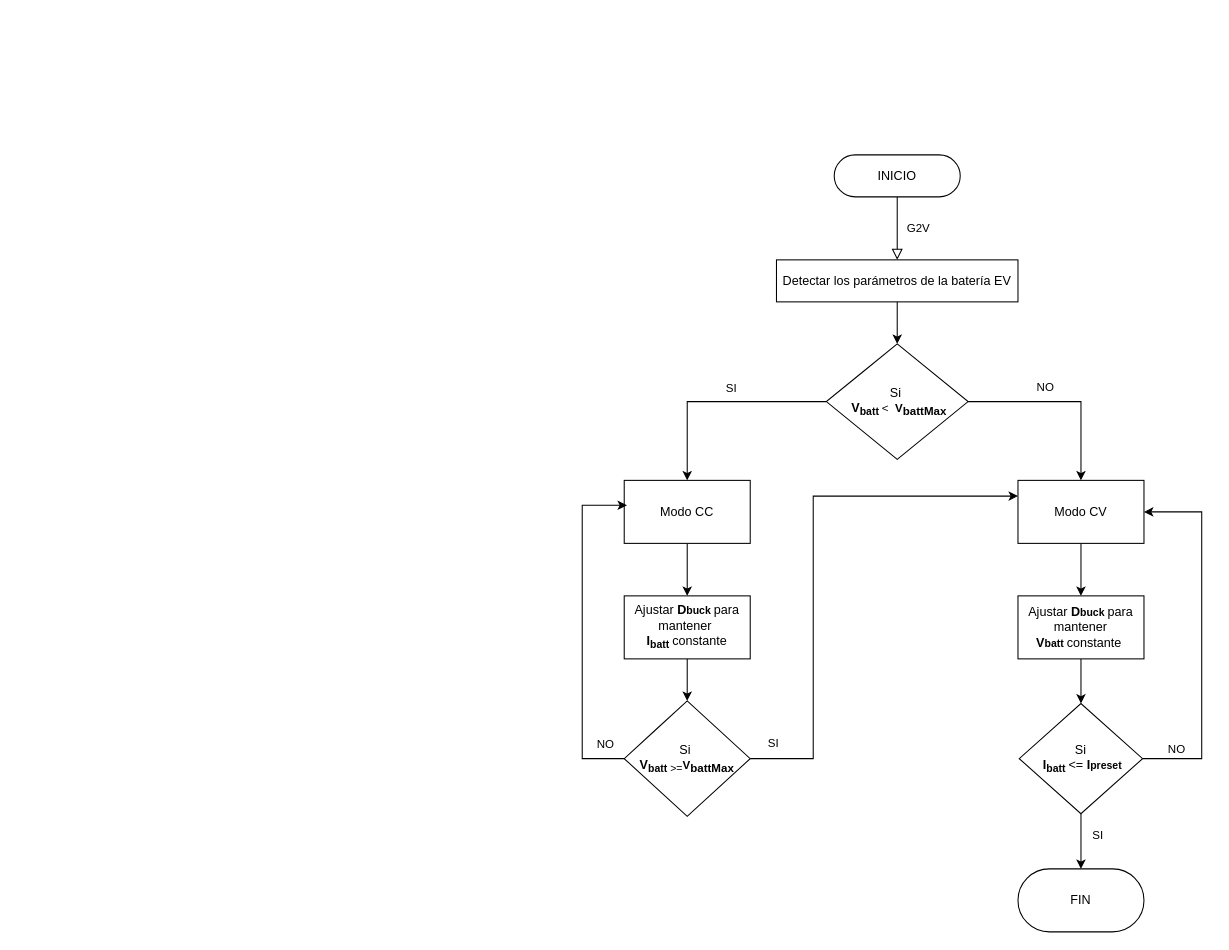
Above: PIBasicDiagram.drawio in juanRpy/PI (draw.io), before the change. Source tidied: cells renumbered, new cells numbered last; positions are measured from the earlier drawing's top-left corner, leaving out a move shared by most shapes. Both pictures are drawn from the tidied source at 105%, with x=0, y=0 at pixel (582, 154).
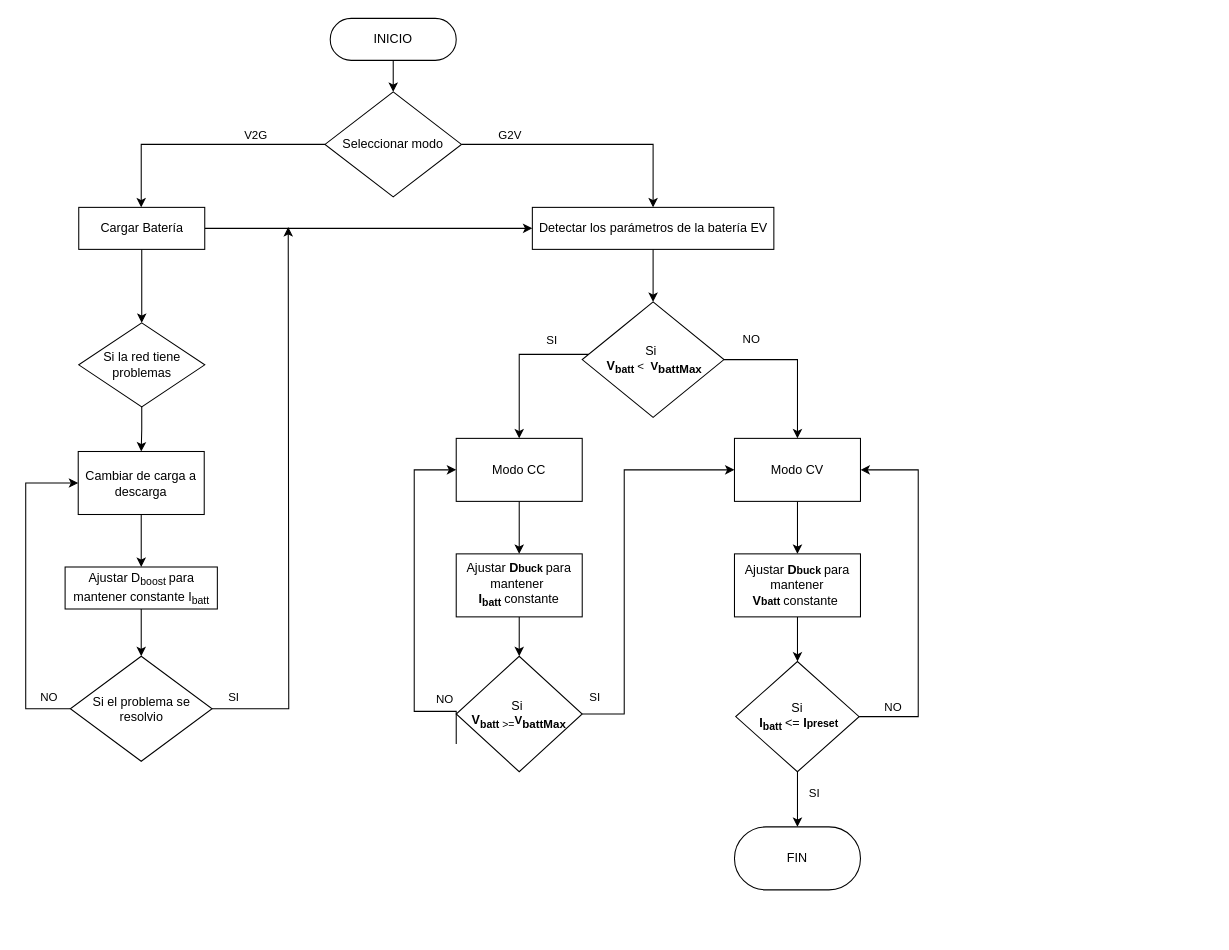
Above is the later version.

The change refers to these unchanged cells:
```xml
<mxCell id="6" style="edgeStyle=orthogonalEdgeStyle;rounded=0;jettySize=auto;html=1;" parent="1" edge="1" source="10" target="12">
  <mxGeometry relative="1" as="geometry" />
</mxCell>
```

What changed in the source:
```diff
@@
+    <mxCell id="30" style="edgeStyle=orthogonalEdgeStyle;rounded=0;jettySize=auto;html=1;" parent="1" edge="1" source="2" target="34">
+      <mxGeometry relative="1" as="geometry" />
+    </mxCell>
     <mxCell id="2" value="INICIO" style="rounded=1;whiteSpace=wrap;html=1;fontSize=12;glass=0;strokeWidth=1;shadow=0;arcSize=50;" parent="1" vertex="1">
-      <mxGeometry x="240" width="120" height="40" as="geometry" />
+      <mxGeometry x="-240" y="-130" width="120" height="40" as="geometry" />
     </mxCell>
-    <mxCell id="3" value="G2V" style="edgeStyle=orthogonalEdgeStyle;rounded=0;html=1;jettySize=auto;fontSize=11;endArrow=block;endFill=0;endSize=8;strokeWidth=1;shadow=0;labelBackgroundColor=none;entryX=0.5;entryY=0;entryDx=0;entryDy=0;" parent="1" edge="1" source="2" target="5">
-      <mxGeometry y="20" relative="1" as="geometry">
-        <Array as="points">
-          <mxPoint x="300" y="70" />
-          <mxPoint x="300" y="70" />
-        </Array>
-      </mxGeometry>
-    </mxCell>
@@
     <mxCell id="5" value="Detectar los parámetros de la batería EV" style="rounded=1;whiteSpace=wrap;html=1;fontSize=12;glass=0;strokeWidth=1;shadow=0;arcSize=0;" parent="1" vertex="1">
-      <mxGeometry x="185" y="100" width="230" height="40" as="geometry" />
+      <mxGeometry x="-47.5" y="50" width="230" height="40" as="geometry" />
     </mxCell>
@@
     <mxCell id="7" value="NO" style="edgeLabel;html=1;align=center;verticalAlign=middle;" parent="6" vertex="1">
       <mxGeometry x="-0.2" y="2" relative="1" as="geometry">
-        <mxPoint y="-13" as="offset" />
+        <mxPoint x="-33" y="-18" as="offset" />
       </mxGeometry>
     </mxCell>
     <mxCell id="8" style="edgeStyle=orthogonalEdgeStyle;rounded=0;jettySize=auto;html=1;" parent="1" edge="1" source="10" target="14">
-      <mxGeometry relative="1" as="geometry" />
+      <mxGeometry relative="1" as="geometry">
+        <Array as="points">
+          <mxPoint x="-60" y="190" />
+        </Array>
+      </mxGeometry>
     </mxCell>
     <mxCell id="9" value="SI" style="edgeLabel;html=1;align=center;verticalAlign=middle;" parent="8" vertex="1">
       <mxGeometry x="-0.12" y="1" relative="1" as="geometry">
-        <mxPoint y="-15" as="offset" />
+        <mxPoint x="28" y="-15" as="offset" />
       </mxGeometry>
     </mxCell>
     <mxCell id="10" value="Si&amp;nbsp;&lt;div&gt;&lt;font style=&quot;font-size: 11px;&quot;&gt;&amp;nbsp;&lt;/font&gt;&lt;span style=&quot;background-color: initial;&quot;&gt;&lt;b&gt;V&lt;/b&gt;&lt;/span&gt;&lt;sub style=&quot;background-color: initial;&quot;&gt;&lt;b&gt;batt&lt;/b&gt;&amp;nbsp;&lt;/sub&gt;&lt;span style=&quot;background-color: initial; font-size: 11px;&quot;&gt;&amp;lt;&amp;nbsp; &lt;b&gt;V&lt;/b&gt;&lt;/span&gt;&lt;sub style=&quot;background-color: initial; font-size: 11px;&quot;&gt;&lt;b&gt;battMax&lt;/b&gt;&lt;/sub&gt;&lt;/div&gt;" style="rhombus;whiteSpace=wrap;html=1;rounded=1;glass=0;strokeWidth=1;shadow=0;arcSize=0;" parent="1" vertex="1">
-      <mxGeometry x="232.5" y="180" width="135" height="110" as="geometry" />
+      <mxGeometry y="140" width="135" height="110" as="geometry" />
     </mxCell>
@@
     <mxCell id="12" value="Modo CV" style="whiteSpace=wrap;html=1;rounded=1;glass=0;strokeWidth=1;shadow=0;arcSize=0;" parent="1" vertex="1">
-      <mxGeometry x="415" y="310" width="120" height="60" as="geometry" />
+      <mxGeometry x="145" y="270" width="120" height="60" as="geometry" />
     </mxCell>
@@
     <mxCell id="14" value="Modo CC" style="whiteSpace=wrap;html=1;rounded=1;glass=0;strokeWidth=1;shadow=0;arcSize=0;" parent="1" vertex="1">
-      <mxGeometry x="40" y="310" width="120" height="60" as="geometry" />
+      <mxGeometry x="-120" y="270" width="120" height="60" as="geometry" />
     </mxCell>
@@
     <mxCell id="16" value="Ajustar &lt;b&gt;D&lt;/b&gt;&lt;span style=&quot;font-size: 10px;&quot;&gt;&lt;b&gt;buck&lt;/b&gt;&amp;nbsp;&lt;/span&gt;para mantener &lt;b&gt;V&lt;/b&gt;&lt;span style=&quot;font-size: 10px;&quot;&gt;&lt;b&gt;batt&lt;/b&gt;&amp;nbsp;&lt;/span&gt;constante&amp;nbsp;" style="whiteSpace=wrap;html=1;rounded=1;glass=0;strokeWidth=1;shadow=0;arcSize=0;" parent="1" vertex="1">
-      <mxGeometry x="415" y="420" width="120" height="60" as="geometry" />
+      <mxGeometry x="145" y="380" width="120" height="60" as="geometry" />
     </mxCell>
@@
     <mxCell id="19" style="edgeStyle=orthogonalEdgeStyle;rounded=0;jettySize=auto;html=1;entryX=1;entryY=0.5;entryDx=0;entryDy=0;exitX=1;exitY=0.5;exitDx=0;exitDy=0;" parent="1" edge="1" source="21" target="12">
       <mxGeometry relative="1" as="geometry">
         <Array as="points">
-          <mxPoint x="590" y="575" />
-          <mxPoint x="590" y="340" />
+          <mxPoint x="320" y="535" />
+          <mxPoint x="320" y="300" />
         </Array>
       </mxGeometry>
     </mxCell>
@@
     <mxCell id="21" value="Si&lt;div&gt;&amp;nbsp;&lt;span style=&quot;background-color: initial;&quot;&gt;&lt;b&gt;I&lt;/b&gt;&lt;/span&gt;&lt;sub style=&quot;background-color: initial;&quot;&gt;&lt;b&gt;batt&lt;/b&gt;&amp;nbsp;&lt;/sub&gt;&lt;span style=&quot;background-color: initial;&quot;&gt;&amp;lt;=&amp;nbsp;&lt;/span&gt;&lt;span style=&quot;background-color: initial;&quot;&gt;&lt;b&gt;I&lt;span style=&quot;font-size: 10px;&quot;&gt;preset&lt;/span&gt;&lt;/b&gt;&lt;/span&gt;&lt;/div&gt;" style="rhombus;whiteSpace=wrap;html=1;rounded=1;glass=0;strokeWidth=1;shadow=0;arcSize=0;" parent="1" vertex="1">
-      <mxGeometry x="416.2" y="522.5" width="117.5" height="105" as="geometry" />
+      <mxGeometry x="146.2" y="482.5" width="117.5" height="105" as="geometry" />
     </mxCell>
     <mxCell id="22" value="FIN" style="rounded=1;whiteSpace=wrap;html=1;glass=0;strokeWidth=1;shadow=0;arcSize=50;" parent="1" vertex="1">
-      <mxGeometry x="415" y="680" width="120" height="60" as="geometry" />
+      <mxGeometry x="145" y="640" width="120" height="60" as="geometry" />
     </mxCell>
@@
     <mxCell id="24" value="Ajustar&amp;nbsp;&lt;b&gt;D&lt;/b&gt;&lt;span style=&quot;font-size: 10px;&quot;&gt;&lt;b&gt;buck&amp;nbsp;&lt;/b&gt;&lt;/span&gt;para mantener&amp;nbsp;&lt;div&gt;&lt;span style=&quot;background-color: initial;&quot;&gt;&lt;b&gt;I&lt;/b&gt;&lt;/span&gt;&lt;sub style=&quot;background-color: initial;&quot;&gt;&lt;b&gt;batt&amp;nbsp;&lt;/b&gt;&lt;/sub&gt;constante&lt;/div&gt;" style="whiteSpace=wrap;html=1;rounded=1;glass=0;strokeWidth=1;shadow=0;arcSize=0;" parent="1" vertex="1">
-      <mxGeometry x="40" y="420" width="120" height="60" as="geometry" />
+      <mxGeometry x="-120" y="380" width="120" height="60" as="geometry" />
     </mxCell>
-    <mxCell id="25" style="edgeStyle=orthogonalEdgeStyle;rounded=0;jettySize=auto;html=1;entryX=0;entryY=0.25;entryDx=0;entryDy=0;" parent="1" edge="1" source="27" target="12">
+    <mxCell id="25" style="edgeStyle=orthogonalEdgeStyle;rounded=0;jettySize=auto;html=1;entryX=0;entryY=0.5;entryDx=0;entryDy=0;exitX=1;exitY=0.5;exitDx=0;exitDy=0;" parent="1" edge="1" source="27" target="12">
       <mxGeometry relative="1" as="geometry">
         <Array as="points">
-          <mxPoint x="220" y="575" />
-          <mxPoint x="220" y="325" />
+          <mxPoint x="40" y="533" />
+          <mxPoint x="40" y="300" />
         </Array>
       </mxGeometry>
     </mxCell>
@@
     <mxCell id="27" value="Si&amp;nbsp;&lt;div&gt;&lt;span style=&quot;background-color: initial;&quot;&gt;&lt;b&gt;V&lt;/b&gt;&lt;/span&gt;&lt;sub style=&quot;background-color: initial;&quot;&gt;&lt;b&gt;batt&lt;/b&gt;&amp;nbsp;&amp;gt;=&lt;/sub&gt;&lt;span style=&quot;background-color: initial; font-size: 11px;&quot;&gt;&lt;b&gt;V&lt;/b&gt;&lt;/span&gt;&lt;sub style=&quot;background-color: initial; font-size: 11px;&quot;&gt;&lt;b&gt;battMax&lt;/b&gt;&lt;/sub&gt;&lt;/div&gt;" style="rhombus;whiteSpace=wrap;html=1;rounded=1;glass=0;strokeWidth=1;shadow=0;arcSize=0;" parent="1" vertex="1">
-      <mxGeometry x="40" y="520" width="120" height="110" as="geometry" />
+      <mxGeometry x="-120" y="477.5" width="120" height="110" as="geometry" />
     </mxCell>
-    <mxCell id="28" style="edgeStyle=orthogonalEdgeStyle;rounded=0;jettySize=auto;html=1;entryX=0.022;entryY=0.395;entryDx=0;entryDy=0;entryPerimeter=0;" parent="1" edge="1" source="27" target="14">
+    <mxCell id="28" style="edgeStyle=orthogonalEdgeStyle;rounded=0;jettySize=auto;html=1;entryX=0;entryY=0.5;entryDx=0;entryDy=0;" parent="1" edge="1" target="14">
       <mxGeometry relative="1" as="geometry">
+        <mxPoint x="-120" y="561" as="sourcePoint" />
         <Array as="points">
-          <mxPoint y="575" />
-          <mxPoint y="334" />
+          <mxPoint x="-120" y="530" />
+          <mxPoint x="-160" y="530" />
+          <mxPoint x="-160" y="300" />
         </Array>
       </mxGeometry>
     </mxCell>
     <mxCell id="29" value="NO" style="edgeLabel;html=1;align=center;verticalAlign=middle;" parent="28" vertex="1">
       <mxGeometry x="-0.85" relative="1" as="geometry">
-        <mxPoint x="5" y="-15" as="offset" />
+        <mxPoint x="-12" y="-17" as="offset" />
       </mxGeometry>
     </mxCell>
+    <mxCell id="31" style="edgeStyle=orthogonalEdgeStyle;rounded=0;jettySize=auto;html=1;entryX=0.5;entryY=0;entryDx=0;entryDy=0;" parent="1" edge="1" source="34" target="5">
+      <mxGeometry relative="1" as="geometry">
+        <Array as="points">
+          <mxPoint x="68" y="-10" />
+        </Array>
+      </mxGeometry>
+    </mxCell>
+    <mxCell id="3" value="G2V" style="edgeLabel;html=1;align=center;verticalAlign=middle;" parent="31" vertex="1">
+      <mxGeometry x="-0.45" y="-1" relative="1" as="geometry">
+        <mxPoint x="-22" y="-11" as="offset" />
+      </mxGeometry>
+    </mxCell>
+    <mxCell id="32" style="edgeStyle=orthogonalEdgeStyle;rounded=0;jettySize=auto;html=1;" parent="1" edge="1" source="34" target="37">
+      <mxGeometry relative="1" as="geometry">
+        <Array as="points">
+          <mxPoint x="-420" y="-10" />
+        </Array>
+      </mxGeometry>
+    </mxCell>
+    <mxCell id="33" value="V2G" style="edgeLabel;html=1;align=center;verticalAlign=middle;" parent="32" vertex="1">
+      <mxGeometry x="-0.43" y="1" relative="1" as="geometry">
+        <mxPoint y="-11" as="offset" />
+      </mxGeometry>
+    </mxCell>
+    <mxCell id="34" value="Seleccionar modo" style="rhombus;whiteSpace=wrap;html=1;" parent="1" vertex="1">
+      <mxGeometry x="-245" y="-60" width="130" height="100" as="geometry" />
+    </mxCell>
+    <mxCell id="35" style="edgeStyle=orthogonalEdgeStyle;rounded=0;jettySize=auto;html=1;" parent="1" edge="1" source="37" target="39">
+      <mxGeometry relative="1" as="geometry" />
+    </mxCell>
+    <mxCell id="36" style="edgeStyle=orthogonalEdgeStyle;rounded=0;jettySize=auto;html=1;entryX=0;entryY=0.5;entryDx=0;entryDy=0;" parent="1" edge="1" source="37" target="5">
+      <mxGeometry relative="1" as="geometry" />
+    </mxCell>
+    <mxCell id="37" value="Cargar Batería" style="whiteSpace=wrap;html=1;" parent="1" vertex="1">
+      <mxGeometry x="-479.5" y="50" width="120" height="40" as="geometry" />
+    </mxCell>
+    <mxCell id="38" style="edgeStyle=orthogonalEdgeStyle;rounded=0;jettySize=auto;html=1;" parent="1" edge="1" source="39" target="41">
+      <mxGeometry relative="1" as="geometry" />
+    </mxCell>
+    <mxCell id="39" value="Si la red tiene problemas" style="rhombus;whiteSpace=wrap;html=1;" parent="1" vertex="1">
+      <mxGeometry x="-479.5" y="160" width="120" height="80" as="geometry" />
+    </mxCell>
+    <mxCell id="40" style="edgeStyle=orthogonalEdgeStyle;rounded=0;jettySize=auto;html=1;" parent="1" edge="1" source="41" target="43">
+      <mxGeometry relative="1" as="geometry" />
+    </mxCell>
+    <mxCell id="41" value="Cambiar de carga a descarga" style="whiteSpace=wrap;html=1;" parent="1" vertex="1">
+      <mxGeometry x="-480" y="282.5" width="120" height="60" as="geometry" />
+    </mxCell>
+    <mxCell id="42" style="edgeStyle=orthogonalEdgeStyle;rounded=0;jettySize=auto;html=1;" parent="1" edge="1" source="43" target="48">
+      <mxGeometry relative="1" as="geometry" />
+    </mxCell>
+    <mxCell id="43" value="Ajustar D&lt;sub&gt;boost&amp;nbsp;&lt;/sub&gt;para mantener constante I&lt;sub&gt;batt&lt;/sub&gt;" style="whiteSpace=wrap;html=1;" parent="1" vertex="1">
+      <mxGeometry x="-492.5" y="392.5" width="145" height="40" as="geometry" />
+    </mxCell>
+    <mxCell id="44" style="edgeStyle=orthogonalEdgeStyle;rounded=0;jettySize=auto;html=1;entryX=0;entryY=0.5;entryDx=0;entryDy=0;" parent="1" edge="1" source="48" target="41">
+      <mxGeometry relative="1" as="geometry">
+        <Array as="points">
+          <mxPoint x="-530" y="527.5" />
+          <mxPoint x="-530" y="312.5" />
+        </Array>
+      </mxGeometry>
+    </mxCell>
+    <mxCell id="45" value="NO" style="edgeLabel;html=1;align=center;verticalAlign=middle;" parent="44" vertex="1">
+      <mxGeometry x="-0.86" y="-1" relative="1" as="geometry">
+        <mxPoint x="1" y="-10" as="offset" />
+      </mxGeometry>
+    </mxCell>
+    <mxCell id="46" style="edgeStyle=orthogonalEdgeStyle;rounded=0;jettySize=auto;html=1;" parent="1" edge="1" source="48">
+      <mxGeometry relative="1" as="geometry">
+        <mxPoint x="-280" y="68.8" as="targetPoint" />
+      </mxGeometry>
+    </mxCell>
+    <mxCell id="47" value="SI" style="edgeLabel;html=1;align=center;verticalAlign=middle;" parent="46" vertex="1">
+      <mxGeometry x="-0.83" relative="1" as="geometry">
+        <mxPoint x="-25" y="-11" as="offset" />
+      </mxGeometry>
+    </mxCell>
+    <mxCell id="48" value="Si el problema se resolvio" style="rhombus;whiteSpace=wrap;html=1;" parent="1" vertex="1">
+      <mxGeometry x="-487.5" y="477.5" width="135" height="100" as="geometry" />
+    </mxCell>
```
